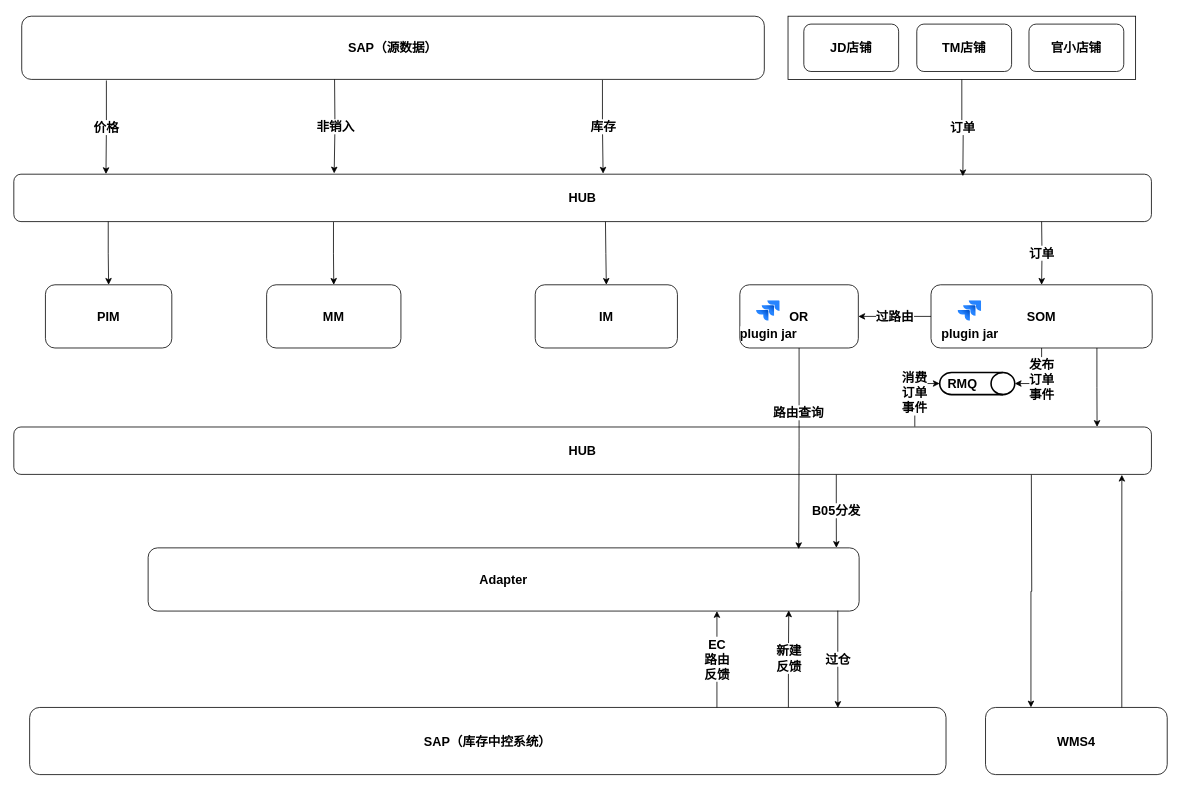
Earlier version of the draw.io diagram page "ferragamo-solution" (5 of 6) of projects.drawio (jackie-thank/beego-authz). Source tidied: cells renumbered, new cells numbered last; positions are measured from the earlier drawing's top-left corner, leaving out a move shared by most shapes. Both pictures are drawn from the tidied source at 79%, with x=0, y=0 at pixel (13, 16).
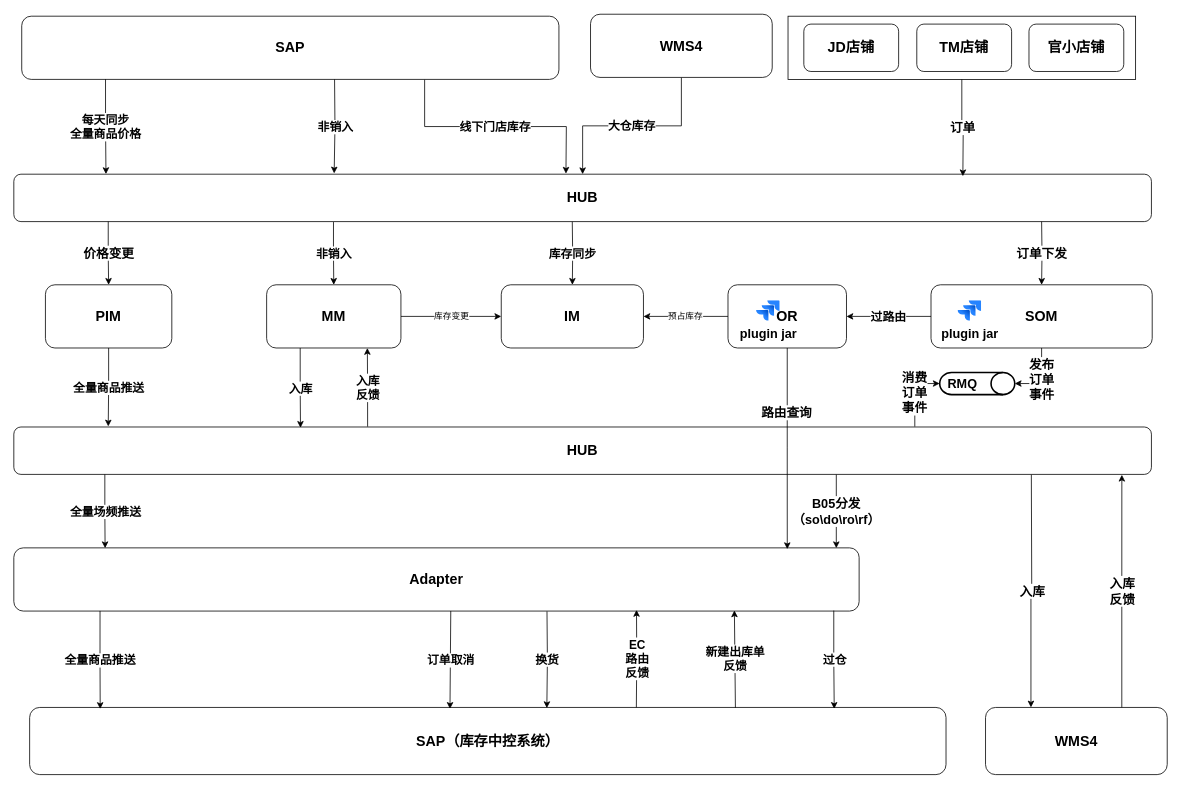
The same diagram, later.

The edit, as a diff of the source:
```diff
@@
-    <mxCell id="2" value="IM" style="rounded=1;whiteSpace=wrap;html=1;fontSize=16;fontStyle=1;" parent="1" vertex="1">
-      <mxGeometry x="660" y="340" width="180" height="80" as="geometry" />
+    <mxCell id="2" value="IM" style="rounded=1;whiteSpace=wrap;html=1;fontSize=18;fontStyle=1;" parent="1" vertex="1">
+      <mxGeometry x="617" y="340" width="180" height="80" as="geometry" />
     </mxCell>
-    <mxCell id="3" value="WMS4" style="rounded=1;whiteSpace=wrap;html=1;fontSize=16;fontStyle=1;" parent="1" vertex="1">
+    <mxCell id="3" value="WMS4" style="rounded=1;whiteSpace=wrap;html=1;fontSize=18;fontStyle=1;" parent="1" vertex="1">
       <mxGeometry x="1230" y="875" width="230" height="85" as="geometry" />
     </mxCell>
-    <mxCell id="4" value="SAP（库存中控系统）" style="rounded=1;whiteSpace=wrap;html=1;fontSize=16;fontStyle=1;" parent="1" vertex="1">
+    <mxCell id="4" value="SAP（库存中控系统）" style="rounded=1;whiteSpace=wrap;html=1;fontSize=18;fontStyle=1;" parent="1" vertex="1">
       <mxGeometry x="20" y="875" width="1160" height="85" as="geometry" />
     </mxCell>
-    <mxCell id="5" value="过路由" style="edgeStyle=orthogonalEdgeStyle;rounded=0;jettySize=auto;html=1;exitX=0;exitY=0.5;exitDx=0;exitDy=0;entryX=1;entryY=0.5;entryDx=0;entryDy=0;fontSize=16;fontStyle=1;" parent="1" edge="1" source="6" target="36">
+    <mxCell id="5" value="过路由" style="edgeStyle=orthogonalEdgeStyle;rounded=0;jettySize=auto;html=1;exitX=0;exitY=0.5;exitDx=0;exitDy=0;entryX=1;entryY=0.5;entryDx=0;entryDy=0;fontSize=15;fontStyle=1;" parent="1" edge="1" source="6" target="36">
       <mxGeometry relative="1" as="geometry" />
     </mxCell>
-    <mxCell id="6" value="SOM" style="rounded=1;whiteSpace=wrap;html=1;fontSize=16;fontStyle=1;" parent="1" vertex="1">
+    <mxCell id="6" value="SOM" style="rounded=1;whiteSpace=wrap;html=1;fontSize=18;fontStyle=1;" parent="1" vertex="1">
       <mxGeometry x="1161" y="340" width="280" height="80" as="geometry" />
     </mxCell>
-    <mxCell id="7" style="edgeStyle=orthogonalEdgeStyle;rounded=0;jettySize=auto;html=1;entryX=0.25;entryY=0;entryDx=0;entryDy=0;fontSize=16;fontStyle=1;" parent="1" edge="1" target="3">
+    <mxCell id="7" value="入库" style="edgeStyle=orthogonalEdgeStyle;rounded=0;jettySize=auto;html=1;entryX=0.25;entryY=0;entryDx=0;entryDy=0;fontSize=16;fontStyle=1;" parent="1" edge="1" target="3">
       <mxGeometry relative="1" as="geometry">
         <mxPoint x="1288" y="580" as="sourcePoint" />
       </mxGeometry>
     </mxCell>
@@
+    <mxCell id="40" value="&lt;div style=&quot;font-size: 15px;&quot;&gt;入库&lt;/div&gt;&lt;div style=&quot;font-size: 15px;&quot;&gt;反馈&lt;br style=&quot;font-size: 15px;&quot;&gt;&lt;/div&gt;" style="edgeStyle=orthogonalEdgeStyle;rounded=0;jettySize=auto;html=1;exitX=0.311;exitY=-0.007;exitDx=0;exitDy=0;entryX=0.75;entryY=1;entryDx=0;entryDy=0;exitPerimeter=0;fontSize=15;fontStyle=1;" parent="1" edge="1" source="9" target="10">
+      <mxGeometry relative="1" as="geometry" />
+    </mxCell>
-    <mxCell id="9" value="HUB" style="rounded=1;whiteSpace=wrap;html=1;fontSize=16;fontStyle=1;" parent="1" vertex="1">
+    <mxCell id="9" value="HUB" style="rounded=1;whiteSpace=wrap;html=1;fontSize=18;fontStyle=1;" parent="1" vertex="1">
       <mxGeometry y="520" width="1440" height="60" as="geometry" />
     </mxCell>
+    <mxCell id="41" value="入库" style="edgeStyle=orthogonalEdgeStyle;rounded=0;jettySize=auto;html=1;exitX=0.25;exitY=1;exitDx=0;exitDy=0;entryX=0.252;entryY=0.017;entryDx=0;entryDy=0;entryPerimeter=0;fontSize=15;fontStyle=1;" parent="1" edge="1" source="10" target="9">
+      <mxGeometry relative="1" as="geometry" />
+    </mxCell>
+    <mxCell id="42" value="库存变更" style="edgeStyle=orthogonalEdgeStyle;rounded=0;jettySize=auto;html=1;exitX=1;exitY=0.5;exitDx=0;exitDy=0;" parent="1" edge="1" source="10" target="2">
+      <mxGeometry relative="1" as="geometry" />
+    </mxCell>
-    <mxCell id="10" value="MM" style="rounded=1;whiteSpace=wrap;html=1;fontSize=16;fontStyle=1;" parent="1" vertex="1">
+    <mxCell id="10" value="MM" style="rounded=1;whiteSpace=wrap;html=1;fontSize=18;fontStyle=1;" parent="1" vertex="1">
       <mxGeometry x="320" y="340" width="170" height="80" as="geometry" />
     </mxCell>
-    <mxCell id="11" value="Adapter" style="rounded=1;whiteSpace=wrap;html=1;fontSize=16;fontStyle=1;" parent="1" vertex="1">
-      <mxGeometry x="170" y="673" width="900" height="80" as="geometry" />
+    <mxCell id="11" value="Adapter" style="rounded=1;whiteSpace=wrap;html=1;fontSize=18;fontStyle=1;" parent="1" vertex="1">
+      <mxGeometry y="673" width="1070" height="80" as="geometry" />
     </mxCell>
-    <mxCell id="12" value="PIM" style="rounded=1;whiteSpace=wrap;html=1;fontSize=16;fontStyle=1;" parent="1" vertex="1">
+    <mxCell id="12" value="PIM" style="rounded=1;whiteSpace=wrap;html=1;fontSize=18;fontStyle=1;" parent="1" vertex="1">
       <mxGeometry x="40" y="340" width="160" height="80" as="geometry" />
     </mxCell>
-    <mxCell id="13" style="edgeStyle=orthogonalEdgeStyle;rounded=0;jettySize=auto;html=1;exitX=0.853;exitY=0.997;exitDx=0;exitDy=0;exitPerimeter=0;fontSize=16;fontStyle=1;" parent="1" edge="1" target="2">
+    <mxCell id="13" value="库存同步" style="edgeStyle=orthogonalEdgeStyle;rounded=0;jettySize=auto;html=1;exitX=0.853;exitY=0.997;exitDx=0;exitDy=0;exitPerimeter=0;fontSize=15;fontStyle=1;" parent="1" edge="1" target="2">
       <mxGeometry relative="1" as="geometry">
-        <mxPoint x="748.9" y="259.8" as="sourcePoint" />
+        <mxPoint x="706.9" y="259.8" as="sourcePoint" />
       </mxGeometry>
     </mxCell>
-    <mxCell id="14" style="edgeStyle=orthogonalEdgeStyle;rounded=0;jettySize=auto;html=1;exitX=0.083;exitY=0.99;exitDx=0;exitDy=0;exitPerimeter=0;fontSize=16;fontStyle=1;" parent="1" edge="1" source="16" target="12">
+    <mxCell id="14" value="价格变更" style="edgeStyle=orthogonalEdgeStyle;rounded=0;jettySize=auto;html=1;exitX=0.083;exitY=0.99;exitDx=0;exitDy=0;exitPerimeter=0;fontSize=16;fontStyle=1;" parent="1" edge="1" source="16" target="12">
       <mxGeometry relative="1" as="geometry" />
     </mxCell>
-    <mxCell id="15" style="edgeStyle=orthogonalEdgeStyle;rounded=0;jettySize=auto;html=1;exitX=0.281;exitY=1.01;exitDx=0;exitDy=0;entryX=0.5;entryY=0;entryDx=0;entryDy=0;exitPerimeter=0;fontSize=16;fontStyle=1;" parent="1" edge="1" source="16" target="10">
+    <mxCell id="15" value="非销入" style="edgeStyle=orthogonalEdgeStyle;rounded=0;jettySize=auto;html=1;exitX=0.281;exitY=1.01;exitDx=0;exitDy=0;entryX=0.5;entryY=0;entryDx=0;entryDy=0;exitPerimeter=0;fontSize=15;fontStyle=1;" parent="1" edge="1" source="16" target="10">
       <mxGeometry relative="1" as="geometry" />
     </mxCell>
-    <mxCell id="16" value="HUB" style="rounded=1;whiteSpace=wrap;html=1;fontSize=16;fontStyle=1;" parent="1" vertex="1">
+    <mxCell id="16" value="HUB" style="rounded=1;whiteSpace=wrap;html=1;fontSize=18;fontStyle=1;" parent="1" vertex="1">
       <mxGeometry y="200" width="1440" height="60" as="geometry" />
     </mxCell>
-    <mxCell id="17" value="库存" style="edgeStyle=orthogonalEdgeStyle;rounded=0;jettySize=auto;html=1;exitX=0.782;exitY=1.008;exitDx=0;exitDy=0;entryX=0.518;entryY=-0.012;entryDx=0;entryDy=0;entryPerimeter=0;exitPerimeter=0;fontSize=16;fontStyle=1;" parent="1" edge="1" source="18" target="16">
-      <mxGeometry relative="1" as="geometry" />
+    <mxCell id="17" value="&lt;div style=&quot;font-size: 15px;&quot;&gt;线下门店库存&lt;/div&gt;" style="edgeStyle=orthogonalEdgeStyle;rounded=0;jettySize=auto;html=1;exitX=0.75;exitY=1;exitDx=0;exitDy=0;entryX=0.518;entryY=-0.012;entryDx=0;entryDy=0;entryPerimeter=0;fontSize=15;fontStyle=1;" parent="1" edge="1" source="18">
+      <mxGeometry relative="1" as="geometry">
+        <mxPoint x="698.9" y="199.3" as="targetPoint" />
+      </mxGeometry>
     </mxCell>
-    <mxCell id="18" value="SAP（源数据）" style="rounded=1;whiteSpace=wrap;html=1;fontSize=16;fontStyle=1;" parent="1" vertex="1">
-      <mxGeometry x="10" width="940" height="80" as="geometry" />
+    <mxCell id="18" value="SAP" style="rounded=1;whiteSpace=wrap;html=1;fontSize=18;fontStyle=1;" parent="1" vertex="1">
+      <mxGeometry x="10" width="680" height="80" as="geometry" />
     </mxCell>
-    <mxCell id="19" value="价格" style="edgeStyle=orthogonalEdgeStyle;rounded=0;jettySize=auto;html=1;exitX=0.114;exitY=1.017;exitDx=0;exitDy=0;entryX=0.081;entryY=-0.003;entryDx=0;entryDy=0;entryPerimeter=0;exitPerimeter=0;fontSize=16;fontStyle=1;" parent="1" edge="1" source="18" target="16">
+    <mxCell id="19" value="&lt;div&gt;每天同步&lt;/div&gt;&lt;div&gt;全量商品价格&lt;/div&gt;" style="edgeStyle=orthogonalEdgeStyle;rounded=0;jettySize=auto;html=1;entryX=0.081;entryY=-0.003;entryDx=0;entryDy=0;entryPerimeter=0;fontSize=15;fontStyle=1;exitX=0.156;exitY=0.998;exitDx=0;exitDy=0;exitPerimeter=0;" parent="1" edge="1" source="18" target="16">
       <mxGeometry relative="1" as="geometry" />
     </mxCell>
-    <mxCell id="20" value="订单" style="edgeStyle=orthogonalEdgeStyle;rounded=0;jettySize=auto;html=1;exitX=0.5;exitY=1;exitDx=0;exitDy=0;entryX=0.5;entryY=0;entryDx=0;entryDy=0;fontSize=16;fontStyle=1;" parent="1" edge="1" target="6">
+    <mxCell id="20" value="订单下发" style="edgeStyle=orthogonalEdgeStyle;rounded=0;jettySize=auto;html=1;exitX=0.5;exitY=1;exitDx=0;exitDy=0;entryX=0.5;entryY=0;entryDx=0;entryDy=0;fontSize=16;fontStyle=1;" parent="1" edge="1" target="6">
       <mxGeometry relative="1" as="geometry">
         <mxPoint x="1301" y="260" as="sourcePoint" />
       </mxGeometry>
     </mxCell>
-    <mxCell id="21" value="非销入" style="edgeStyle=orthogonalEdgeStyle;rounded=0;orthogonalLoop=1;jettySize=auto;html=1;exitX=0.5;exitY=1;exitDx=0;exitDy=0;entryX=0.333;entryY=-0.017;entryDx=0;entryDy=0;fontSize=16;fontStyle=1;entryPerimeter=0;" parent="1" edge="1">
+    <mxCell id="21" value="非销入" style="edgeStyle=orthogonalEdgeStyle;rounded=0;orthogonalLoop=1;jettySize=auto;html=1;exitX=0.5;exitY=1;exitDx=0;exitDy=0;entryX=0.333;entryY=-0.017;entryDx=0;entryDy=0;fontSize=15;fontStyle=1;entryPerimeter=0;" parent="1" edge="1">
       <mxGeometry relative="1" as="geometry">
         <mxPoint x="406" y="80" as="sourcePoint" />
         <mxPoint x="405.5" y="199" as="targetPoint" />
       </mxGeometry>
     </mxCell>
-    <mxCell id="22" style="edgeStyle=orthogonalEdgeStyle;rounded=0;jettySize=auto;html=1;exitX=0.75;exitY=0;exitDx=0;exitDy=0;entryX=0.974;entryY=1.008;entryDx=0;entryDy=0;entryPerimeter=0;fontSize=16;fontStyle=1;" parent="1" edge="1" source="3" target="9">
+    <mxCell id="22" value="&lt;div&gt;入库&lt;/div&gt;&lt;div&gt;反馈&lt;br&gt;&lt;/div&gt;" style="edgeStyle=orthogonalEdgeStyle;rounded=0;jettySize=auto;html=1;exitX=0.75;exitY=0;exitDx=0;exitDy=0;entryX=0.974;entryY=1.008;entryDx=0;entryDy=0;entryPerimeter=0;fontSize=16;fontStyle=1;" parent="1" edge="1" source="3" target="9">
       <mxGeometry relative="1" as="geometry" />
     </mxCell>
@@
-    <mxCell id="24" value="JD店铺" style="rounded=1;whiteSpace=wrap;html=1;fontSize=16;fontStyle=1;" parent="1" vertex="1">
+    <mxCell id="24" value="JD店铺" style="rounded=1;whiteSpace=wrap;html=1;fontSize=18;fontStyle=1;" parent="1" vertex="1">
       <mxGeometry x="1000" y="10" width="120" height="60" as="geometry" />
     </mxCell>
-    <mxCell id="25" value="TM店铺" style="rounded=1;whiteSpace=wrap;html=1;fontSize=16;fontStyle=1;" parent="1" vertex="1">
+    <mxCell id="25" value="TM店铺" style="rounded=1;whiteSpace=wrap;html=1;fontSize=18;fontStyle=1;" parent="1" vertex="1">
       <mxGeometry x="1143" y="10" width="120" height="60" as="geometry" />
     </mxCell>
-    <mxCell id="26" value="官小店铺" style="rounded=1;whiteSpace=wrap;html=1;fontSize=16;fontStyle=1;" parent="1" vertex="1">
+    <mxCell id="26" value="官小店铺" style="rounded=1;whiteSpace=wrap;html=1;fontSize=18;fontStyle=1;" parent="1" vertex="1">
       <mxGeometry x="1285" y="10" width="120" height="60" as="geometry" />
     </mxCell>
@@
-    <mxCell id="31" value="B05分发" style="edgeStyle=orthogonalEdgeStyle;rounded=0;jettySize=auto;html=1;exitX=0.723;exitY=1.004;exitDx=0;exitDy=0;entryX=0.968;entryY=0;entryDx=0;entryDy=0;entryPerimeter=0;exitPerimeter=0;fontSize=16;fontStyle=1;" parent="1" edge="1" source="9" target="11">
+    <mxCell id="31" value="&lt;div&gt;B05分发&lt;/div&gt;&lt;div&gt;（so\do\ro\rf）&lt;/div&gt;" style="edgeStyle=orthogonalEdgeStyle;rounded=0;jettySize=auto;html=1;exitX=0.723;exitY=1.004;exitDx=0;exitDy=0;entryX=0.973;entryY=0.005;entryDx=0;entryDy=0;entryPerimeter=0;exitPerimeter=0;fontSize=16;fontStyle=1;" parent="1" edge="1" source="9" target="11">
       <mxGeometry relative="1" as="geometry" />
     </mxCell>
-    <mxCell id="32" value="过仓" style="edgeStyle=orthogonalEdgeStyle;rounded=0;jettySize=auto;html=1;exitX=0.97;exitY=0.993;exitDx=0;exitDy=0;entryX=0.882;entryY=0.007;entryDx=0;entryDy=0;entryPerimeter=0;exitPerimeter=0;fontSize=16;fontStyle=1;" parent="1" edge="1" source="11" target="4">
+    <mxCell id="32" value="过仓" style="edgeStyle=orthogonalEdgeStyle;rounded=0;jettySize=auto;html=1;exitX=0.97;exitY=0.993;exitDx=0;exitDy=0;entryX=0.878;entryY=0.021;entryDx=0;entryDy=0;entryPerimeter=0;exitPerimeter=0;fontSize=15;fontStyle=1;" parent="1" edge="1" source="11" target="4">
       <mxGeometry relative="1" as="geometry" />
     </mxCell>
-    <mxCell id="33" value="&lt;div style=&quot;font-size: 16px;&quot;&gt;新建&lt;/div&gt;&lt;div style=&quot;font-size: 16px;&quot;&gt;反馈&lt;/div&gt;" style="edgeStyle=orthogonalEdgeStyle;rounded=0;jettySize=auto;html=1;exitX=0.828;exitY=0;exitDx=0;exitDy=0;entryX=0.901;entryY=0.99;entryDx=0;entryDy=0;entryPerimeter=0;exitPerimeter=0;fontSize=16;fontStyle=1;" parent="1" edge="1" source="4" target="11">
-      <mxGeometry relative="1" as="geometry" />
+    <mxCell id="33" value="&lt;div style=&quot;font-size: 15px;&quot;&gt;新建出库单&lt;br&gt;&lt;/div&gt;&lt;div style=&quot;font-size: 15px;&quot;&gt;反馈&lt;/div&gt;" style="rounded=0;orthogonalLoop=1;jettySize=auto;html=1;entryX=0.901;entryY=0.99;entryDx=0;entryDy=0;entryPerimeter=0;fontSize=15;fontStyle=1;exitX=0.815;exitY=0.004;exitDx=0;exitDy=0;exitPerimeter=0;" parent="1" edge="1">
+      <mxGeometry relative="1" as="geometry">
+        <mxPoint x="913.4" y="875.3" as="sourcePoint" />
+        <mxPoint x="912.1" y="752.2" as="targetPoint" />
+      </mxGeometry>
     </mxCell>
-    <mxCell id="34" value="&lt;div style=&quot;font-size: 16px;&quot;&gt;EC&lt;/div&gt;&lt;div style=&quot;font-size: 16px;&quot;&gt;路由&lt;/div&gt;&lt;div style=&quot;font-size: 16px;&quot;&gt;反馈&lt;br style=&quot;font-size: 16px;&quot;&gt;&lt;/div&gt;" style="edgeStyle=orthogonalEdgeStyle;rounded=0;jettySize=auto;html=1;exitX=0.75;exitY=0;exitDx=0;exitDy=0;entryX=0.8;entryY=1;entryDx=0;entryDy=0;entryPerimeter=0;fontSize=16;fontStyle=1;" parent="1" edge="1" source="4" target="11">
-      <mxGeometry relative="1" as="geometry" />
+    <mxCell id="34" value="&lt;div style=&quot;font-size: 15px;&quot;&gt;EC&lt;/div&gt;&lt;div style=&quot;font-size: 15px;&quot;&gt;路由&lt;/div&gt;&lt;div style=&quot;font-size: 15px;&quot;&gt;反馈&lt;br style=&quot;font-size: 15px;&quot;&gt;&lt;/div&gt;" style="edgeStyle=orthogonalEdgeStyle;rounded=0;orthogonalLoop=1;jettySize=auto;html=1;exitX=0.75;exitY=0;exitDx=0;exitDy=0;entryX=0.832;entryY=0.982;entryDx=0;entryDy=0;entryPerimeter=0;fontSize=15;fontStyle=1;" parent="1" edge="1">
+      <mxGeometry relative="1" as="geometry">
+        <mxPoint x="788" y="875" as="sourcePoint" />
+        <mxPoint x="788.2" y="751.6" as="targetPoint" />
+      </mxGeometry>
     </mxCell>
-    <mxCell id="35" style="edgeStyle=orthogonalEdgeStyle;rounded=0;jettySize=auto;html=1;exitX=0.75;exitY=1;exitDx=0;exitDy=0;entryX=0.889;entryY=-0.001;entryDx=0;entryDy=0;entryPerimeter=0;fontSize=16;fontStyle=1;" parent="1" edge="1" source="6">
-      <mxGeometry relative="1" as="geometry">
-        <mxPoint x="1371.2" y="519.9" as="targetPoint" />
-      </mxGeometry>
-    </mxCell>
+    <mxCell id="43" value="预占库存" style="edgeStyle=orthogonalEdgeStyle;rounded=0;jettySize=auto;html=1;exitX=0;exitY=0.5;exitDx=0;exitDy=0;entryX=1;entryY=0.5;entryDx=0;entryDy=0;" parent="1" edge="1" source="36" target="2">
+      <mxGeometry relative="1" as="geometry" />
+    </mxCell>
-    <mxCell id="36" value="OR" style="rounded=1;whiteSpace=wrap;html=1;fontSize=16;fontStyle=1;" parent="1" vertex="1">
-      <mxGeometry x="919" y="340" width="150" height="80" as="geometry" />
+    <mxCell id="36" value="OR" style="rounded=1;whiteSpace=wrap;html=1;fontSize=18;fontStyle=1;" parent="1" vertex="1">
+      <mxGeometry x="904" y="340" width="150" height="80" as="geometry" />
     </mxCell>
@@
+    <mxCell id="44" value="换货" style="edgeStyle=orthogonalEdgeStyle;rounded=0;orthogonalLoop=1;jettySize=auto;html=1;entryX=0.667;entryY=0.009;entryDx=0;entryDy=0;entryPerimeter=0;fontSize=15;fontStyle=1;exitX=0.742;exitY=1.005;exitDx=0;exitDy=0;exitPerimeter=0;" parent="1" edge="1">
+      <mxGeometry relative="1" as="geometry">
+        <mxPoint x="674.9" y="753.4" as="sourcePoint" />
+        <mxPoint x="674.7" y="875.8" as="targetPoint" />
+      </mxGeometry>
+    </mxCell>
+    <mxCell id="45" value="全量商品推送" style="edgeStyle=orthogonalEdgeStyle;rounded=0;jettySize=auto;html=1;exitX=0.5;exitY=1;exitDx=0;exitDy=0;entryX=0.083;entryY=-0.012;entryDx=0;entryDy=0;entryPerimeter=0;fontSize=15;fontStyle=1;" parent="1" edge="1" source="12" target="9">
+      <mxGeometry relative="1" as="geometry" />
+    </mxCell>
+    <mxCell id="46" value="全量场频推送" style="edgeStyle=orthogonalEdgeStyle;rounded=0;jettySize=auto;html=1;exitX=0.08;exitY=1;exitDx=0;exitDy=0;entryX=0.108;entryY=0.005;entryDx=0;entryDy=0;entryPerimeter=0;exitPerimeter=0;fontSize=15;fontStyle=1;" parent="1" edge="1" source="9" target="11">
+      <mxGeometry relative="1" as="geometry" />
+    </mxCell>
+    <mxCell id="47" value="全量商品推送" style="edgeStyle=orthogonalEdgeStyle;rounded=0;jettySize=auto;html=1;entryX=0.077;entryY=0.023;entryDx=0;entryDy=0;entryPerimeter=0;exitX=0.102;exitY=0.998;exitDx=0;exitDy=0;exitPerimeter=0;fontSize=15;fontStyle=1;" parent="1" edge="1" source="11" target="4">
+      <mxGeometry relative="1" as="geometry" />
+    </mxCell>
+    <mxCell id="48" value="订单取消" style="rounded=0;orthogonalLoop=1;jettySize=auto;html=1;exitX=0.63;exitY=0.999;exitDx=0;exitDy=0;entryX=0.563;entryY=0.021;entryDx=0;entryDy=0;entryPerimeter=0;exitPerimeter=0;fontSize=15;fontStyle=1;" parent="1" edge="1">
+      <mxGeometry relative="1" as="geometry">
+        <mxPoint x="553.1" y="752.9" as="sourcePoint" />
+        <mxPoint x="552.1" y="876.8" as="targetPoint" />
+      </mxGeometry>
+    </mxCell>
+    <mxCell id="49" value="大仓库存" style="edgeStyle=orthogonalEdgeStyle;rounded=0;jettySize=auto;html=1;exitX=0.5;exitY=1;exitDx=0;exitDy=0;fontSize=15;fontStyle=1;" parent="1" edge="1" source="50" target="16">
+      <mxGeometry relative="1" as="geometry" />
+    </mxCell>
+    <mxCell id="50" value="WMS4" style="rounded=1;whiteSpace=wrap;html=1;fontSize=18;fontStyle=1;" parent="1" vertex="1">
+      <mxGeometry x="730" y="-2.5" width="230" height="80" as="geometry" />
+    </mxCell>
```
